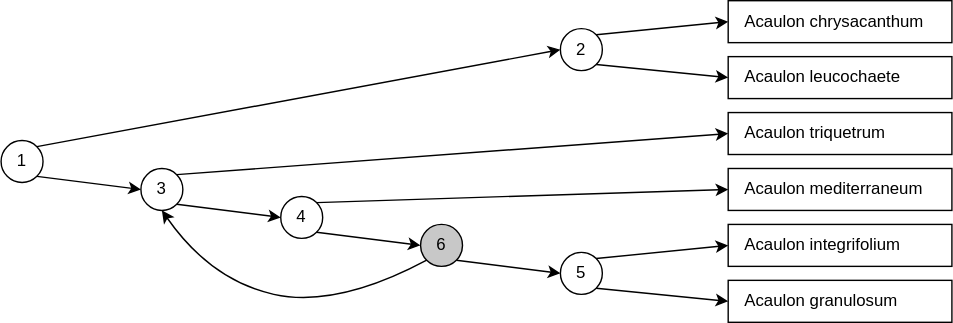
rbgvictoria/keybase_model keeps this draw.io diagram as docs/media/decision-tree-loop.drawio.svg. Above is the earlier version. Source tidied: cells renumbered, new cells last; positions are measured from the earlier drawing's top-left corner, leaving out a move shared by most shapes. Its diagram source:
```xml
<mxGraphModel>
  <root>
    <mxCell id="0" />
    <mxCell id="1" parent="0" />
    <mxCell id="2" value="1" style="ellipse;whiteSpace=wrap;html=1;" parent="1" vertex="1">
      <mxGeometry y="100" width="30" height="30" as="geometry" />
    </mxCell>
    <mxCell id="3" value="Acaulon chrysacanthum" style="rounded=0;whiteSpace=wrap;html=1;align=left;spacingLeft=10;strokeColor=default;fillColor=none;" parent="1" vertex="1">
      <mxGeometry x="520" width="160" height="30" as="geometry" />
    </mxCell>
    <mxCell id="4" value="Acaulon leucochaete" style="rounded=0;whiteSpace=wrap;html=1;align=left;spacingLeft=10;strokeColor=default;fillColor=none;" parent="1" vertex="1">
      <mxGeometry x="520" y="40" width="160" height="30" as="geometry" />
    </mxCell>
    <mxCell id="5" value="Acaulon triquetrum" style="rounded=0;whiteSpace=wrap;html=1;align=left;spacingLeft=10;strokeColor=default;fillColor=none;" parent="1" vertex="1">
      <mxGeometry x="520" y="80" width="160" height="30" as="geometry" />
    </mxCell>
    <mxCell id="6" value="Acaulon mediterraneum" style="rounded=0;whiteSpace=wrap;html=1;align=left;spacingLeft=10;strokeColor=default;fillColor=none;" parent="1" vertex="1">
      <mxGeometry x="520" y="120" width="160" height="30" as="geometry" />
    </mxCell>
    <mxCell id="7" value="Acaulon integrifolium" style="rounded=0;whiteSpace=wrap;html=1;align=left;spacingLeft=10;strokeColor=default;fillColor=none;" parent="1" vertex="1">
      <mxGeometry x="520" y="160" width="160" height="30" as="geometry" />
    </mxCell>
    <mxCell id="8" value="Acaulon granulosum" style="rounded=0;whiteSpace=wrap;html=1;align=left;spacingLeft=10;strokeColor=default;fillColor=none;" parent="1" vertex="1">
      <mxGeometry x="520" y="200" width="160" height="30" as="geometry" />
    </mxCell>
    <mxCell id="9" value="2" style="ellipse;whiteSpace=wrap;html=1;" parent="1" vertex="1">
      <mxGeometry x="400" y="20" width="30" height="30" as="geometry" />
    </mxCell>
    <mxCell id="10" value="3" style="ellipse;whiteSpace=wrap;html=1;" parent="1" vertex="1">
      <mxGeometry x="100" y="120" width="30" height="30" as="geometry" />
    </mxCell>
    <mxCell id="11" value="4" style="ellipse;whiteSpace=wrap;html=1;" parent="1" vertex="1">
      <mxGeometry x="200" y="140" width="30" height="30" as="geometry" />
    </mxCell>
    <mxCell id="12" value="5" style="ellipse;whiteSpace=wrap;html=1;" parent="1" vertex="1">
      <mxGeometry x="400" y="180" width="30" height="30" as="geometry" />
    </mxCell>
    <mxCell id="13" style="endArrow=classic;html=1;rounded=0;exitX=1;exitY=0;exitDx=0;exitDy=0;entryX=0;entryY=0.5;entryDx=0;entryDy=0;" parent="1" edge="1" source="9" target="3">
      <mxGeometry relative="1" as="geometry" />
    </mxCell>
    <mxCell id="14" style="endArrow=classic;html=1;rounded=0;exitX=1;exitY=0;exitDx=0;exitDy=0;entryX=0;entryY=0.5;entryDx=0;entryDy=0;" parent="1" edge="1" source="2" target="9">
      <mxGeometry relative="1" as="geometry" />
    </mxCell>
    <mxCell id="15" style="endArrow=classic;html=1;rounded=0;exitX=1;exitY=1;exitDx=0;exitDy=0;entryX=0;entryY=0.5;entryDx=0;entryDy=0;" parent="1" edge="1" source="2" target="10">
      <mxGeometry relative="1" as="geometry" />
    </mxCell>
    <mxCell id="16" style="endArrow=classic;html=1;rounded=0;exitX=1;exitY=1;exitDx=0;exitDy=0;entryX=0;entryY=0.5;entryDx=0;entryDy=0;" parent="1" edge="1" source="9" target="4">
      <mxGeometry relative="1" as="geometry" />
    </mxCell>
    <mxCell id="17" style="endArrow=classic;html=1;rounded=0;exitX=1;exitY=1;exitDx=0;exitDy=0;entryX=0;entryY=0.5;entryDx=0;entryDy=0;" parent="1" edge="1" source="10" target="11">
      <mxGeometry relative="1" as="geometry" />
    </mxCell>
    <mxCell id="18" style="endArrow=classic;html=1;rounded=0;exitX=1;exitY=0;exitDx=0;exitDy=0;entryX=0;entryY=0.5;entryDx=0;entryDy=0;" parent="1" edge="1" source="11" target="6">
      <mxGeometry relative="1" as="geometry" />
    </mxCell>
    <mxCell id="19" style="endArrow=classic;html=1;rounded=0;exitX=1;exitY=0;exitDx=0;exitDy=0;entryX=0;entryY=0.5;entryDx=0;entryDy=0;entryPerimeter=0;" parent="1" edge="1" source="10" target="5">
      <mxGeometry relative="1" as="geometry" />
    </mxCell>
    <mxCell id="20" style="endArrow=classic;html=1;rounded=0;exitX=1;exitY=1;exitDx=0;exitDy=0;entryX=0;entryY=0.5;entryDx=0;entryDy=0;" parent="1" edge="1" source="23" target="12">
      <mxGeometry relative="1" as="geometry" />
    </mxCell>
    <mxCell id="21" style="endArrow=classic;html=1;rounded=0;exitX=1;exitY=0;exitDx=0;exitDy=0;entryX=0;entryY=0.5;entryDx=0;entryDy=0;" parent="1" edge="1" source="12" target="7">
      <mxGeometry relative="1" as="geometry" />
    </mxCell>
    <mxCell id="22" style="endArrow=classic;html=1;rounded=0;exitX=1;exitY=1;exitDx=0;exitDy=0;entryX=0;entryY=0.5;entryDx=0;entryDy=0;" parent="1" edge="1" source="12" target="8">
      <mxGeometry relative="1" as="geometry" />
    </mxCell>
    <mxCell id="23" value="6" style="ellipse;whiteSpace=wrap;html=1;fillColor=#C8C8C8;" parent="1" vertex="1">
      <mxGeometry x="300" y="160" width="30" height="30" as="geometry" />
    </mxCell>
    <mxCell id="24" style="endArrow=classic;html=1;rounded=0;exitX=1;exitY=1;exitDx=0;exitDy=0;entryX=0;entryY=0.5;entryDx=0;entryDy=0;" parent="1" edge="1" source="11" target="23">
      <mxGeometry relative="1" as="geometry" />
    </mxCell>
    <mxCell id="25" style="curved=1;endArrow=classic;html=1;rounded=0;exitX=0;exitY=1;exitDx=0;exitDy=0;entryX=0.5;entryY=1;entryDx=0;entryDy=0;" parent="1" edge="1" source="23" target="10">
      <mxGeometry relative="1" as="geometry">
        <Array as="points">
          <mxPoint x="240" y="220" />
          <mxPoint x="150" y="200" />
        </Array>
      </mxGeometry>
    </mxCell>
  </root>
</mxGraphModel>
```
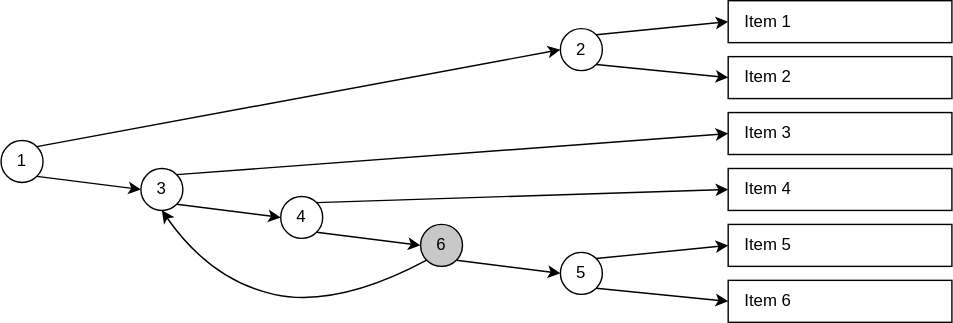
After the change.

What changed in the source:
```diff
@@ -5,22 +5,22 @@
     <mxCell id="2" value="1" style="ellipse;whiteSpace=wrap;html=1;" parent="1" vertex="1">
       <mxGeometry y="100" width="30" height="30" as="geometry" />
     </mxCell>
-    <mxCell id="3" value="Acaulon chrysacanthum" style="rounded=0;whiteSpace=wrap;html=1;align=left;spacingLeft=10;strokeColor=default;fillColor=none;" parent="1" vertex="1">
+    <mxCell id="3" value="Item 1" style="rounded=0;whiteSpace=wrap;html=1;align=left;spacingLeft=10;strokeColor=default;fillColor=none;" parent="1" vertex="1">
       <mxGeometry x="520" width="160" height="30" as="geometry" />
     </mxCell>
-    <mxCell id="4" value="Acaulon leucochaete" style="rounded=0;whiteSpace=wrap;html=1;align=left;spacingLeft=10;strokeColor=default;fillColor=none;" parent="1" vertex="1">
+    <mxCell id="4" value="Item 2" style="rounded=0;whiteSpace=wrap;html=1;align=left;spacingLeft=10;strokeColor=default;fillColor=none;" parent="1" vertex="1">
       <mxGeometry x="520" y="40" width="160" height="30" as="geometry" />
     </mxCell>
-    <mxCell id="5" value="Acaulon triquetrum" style="rounded=0;whiteSpace=wrap;html=1;align=left;spacingLeft=10;strokeColor=default;fillColor=none;" parent="1" vertex="1">
+    <mxCell id="5" value="Item 3" style="rounded=0;whiteSpace=wrap;html=1;align=left;spacingLeft=10;strokeColor=default;fillColor=none;" parent="1" vertex="1">
       <mxGeometry x="520" y="80" width="160" height="30" as="geometry" />
     </mxCell>
-    <mxCell id="6" value="Acaulon mediterraneum" style="rounded=0;whiteSpace=wrap;html=1;align=left;spacingLeft=10;strokeColor=default;fillColor=none;" parent="1" vertex="1">
+    <mxCell id="6" value="Item 4" style="rounded=0;whiteSpace=wrap;html=1;align=left;spacingLeft=10;strokeColor=default;fillColor=none;" parent="1" vertex="1">
       <mxGeometry x="520" y="120" width="160" height="30" as="geometry" />
     </mxCell>
-    <mxCell id="7" value="Acaulon integrifolium" style="rounded=0;whiteSpace=wrap;html=1;align=left;spacingLeft=10;strokeColor=default;fillColor=none;" parent="1" vertex="1">
+    <mxCell id="7" value="Item 5" style="rounded=0;whiteSpace=wrap;html=1;align=left;spacingLeft=10;strokeColor=default;fillColor=none;" parent="1" vertex="1">
       <mxGeometry x="520" y="160" width="160" height="30" as="geometry" />
     </mxCell>
-    <mxCell id="8" value="Acaulon granulosum" style="rounded=0;whiteSpace=wrap;html=1;align=left;spacingLeft=10;strokeColor=default;fillColor=none;" parent="1" vertex="1">
+    <mxCell id="8" value="Item 6" style="rounded=0;whiteSpace=wrap;html=1;align=left;spacingLeft=10;strokeColor=default;fillColor=none;" parent="1" vertex="1">
       <mxGeometry x="520" y="200" width="160" height="30" as="geometry" />
     </mxCell>
     <mxCell id="9" value="2" style="ellipse;whiteSpace=wrap;html=1;" parent="1" vertex="1">
```
